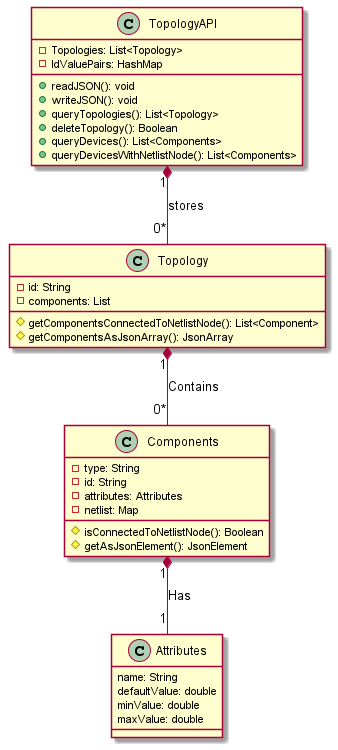
Before: resources/classDiagram.png, a diagram exported from PlantUML (KarimElsayad247/MasterMicroTopologyAPI).
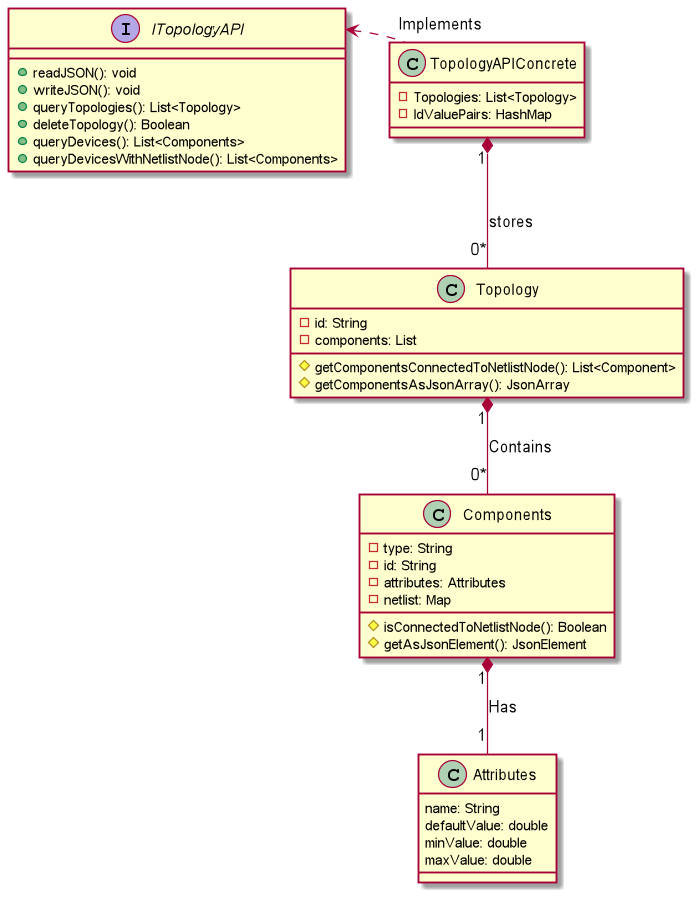
The same file after the commit.

Commit message:
Update UML diagram

Diff of the diagram source:
```diff
@@ -1,17 +1,17 @@
 @startuml
-
-class TopologyAPI {
-
-    - Topologies: List<Topology>
-    - IdValuePairs: HashMap
-
+scale 700 width
+interface ITopologyAPI {
     + readJSON(): void
     + writeJSON(): void
     + queryTopologies(): List<Topology>
     + deleteTopology(): Boolean
     + queryDevices(): List<Components>
     + queryDevicesWithNetlistNode(): List<Components>
+}
 
+class TopologyAPIConcrete {
+    - Topologies: List<Topology>
+    - IdValuePairs: HashMap
 }
 
 class Topology {
@@ -37,7 +37,13 @@
     maxValue: double
 }
 
-TopologyAPI "1" *-- "0*" Topology: stores
+together {
+    interface ITopologyAPI
+    class TopologyAPIConcrete
+}
+TopologyAPIConcrete -[hidden]-> ITopologyAPI
+TopologyAPIConcrete "Implements" .l.> ITopologyAPI
+TopologyAPIConcrete "1" *-- "0*" Topology: stores
 Topology "1" *-- "0*" Components : Contains
 Components "1" *-- "1" Attributes : Has
 @enduml
```
